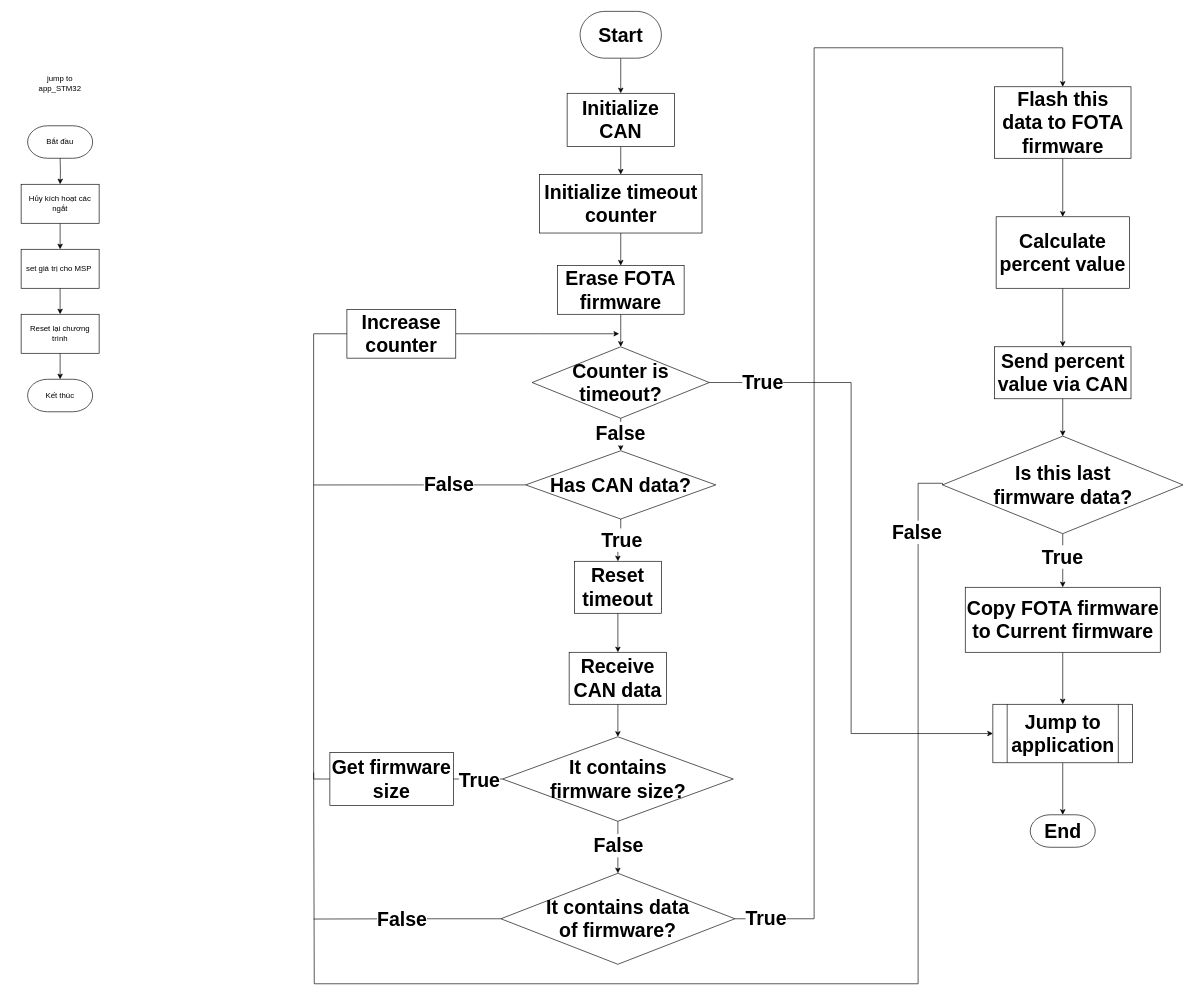
Earlier version of the draw.io diagram page "STM32" (1 of 7) of STM32_01.drawio (thanhtung386/web_iot_interface). Source tidied: cells renumbered, new cells numbered last; positions are measured from the earlier drawing's top-left corner, leaving out a move shared by most shapes. Both pictures are drawn from the tidied source at 65%, with x=0, y=0 at pixel (21, 11).
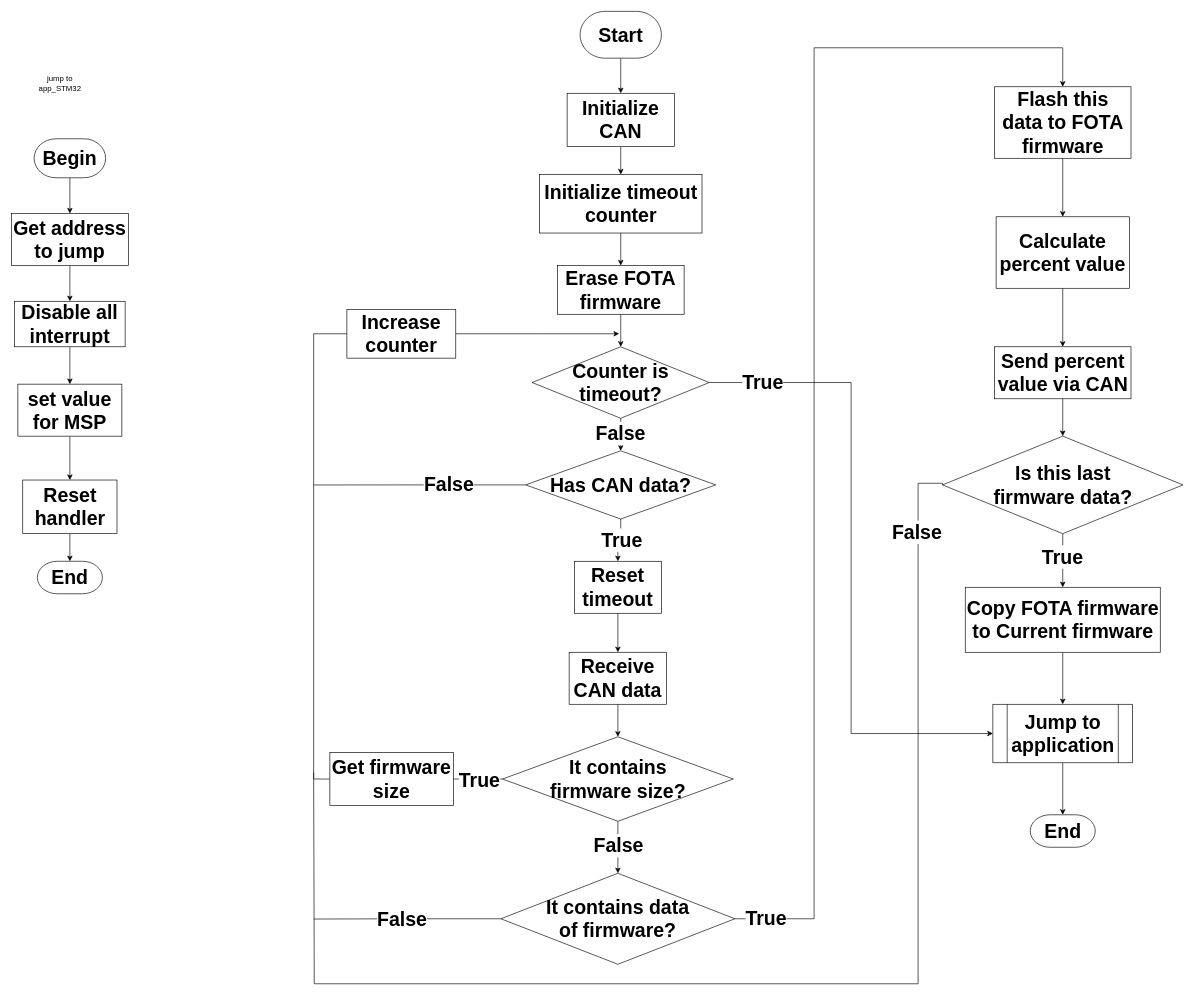
The same diagram, later.

What changed in the source:
```diff
@@
+    <mxCell id="64" style="edgeStyle=orthogonalEdgeStyle;rounded=0;jettySize=auto;html=1;" parent="1" edge="1" source="2" target="6">
+      <mxGeometry relative="1" as="geometry" />
+    </mxCell>
-    <mxCell id="2" value="Bắt đầu" style="whiteSpace=wrap;html=1;strokeWidth=1;shape=mxgraph.flowchart.terminator;" parent="1" vertex="1">
-      <mxGeometry x="10" y="176" width="100" height="50" as="geometry" />
+    <mxCell id="2" value="Begin" style="whiteSpace=wrap;html=1;strokeWidth=1;shape=mxgraph.flowchart.terminator;fontStyle=1;fontSize=30;" parent="1" vertex="1">
+      <mxGeometry x="20" y="196" width="110" height="60" as="geometry" />
     </mxCell>
@@
-    <mxCell id="4" style="edgeStyle=orthogonalEdgeStyle;rounded=0;jettySize=auto;html=1;" parent="1" edge="1" target="6">
-      <mxGeometry relative="1" as="geometry">
-        <mxPoint x="60" y="226" as="sourcePoint" />
-      </mxGeometry>
-    </mxCell>
@@
-    <mxCell id="6" value="Hủy kích hoạt các ngắt" style="whiteSpace=wrap;html=1;" parent="1" vertex="1">
-      <mxGeometry y="266" width="120" height="60" as="geometry" />
+    <mxCell id="6" value="Get address to jump" style="whiteSpace=wrap;html=1;fontStyle=1;fontSize=30;" parent="1" vertex="1">
+      <mxGeometry x="-15" y="311" width="180" height="80" as="geometry" />
     </mxCell>
@@
-    <mxCell id="8" value="set giá trị cho MSP&lt;span style=&quot;background-color: initial;&quot;&gt;&amp;nbsp;&lt;/span&gt;" style="whiteSpace=wrap;html=1;" parent="1" vertex="1">
-      <mxGeometry y="366" width="120" height="60" as="geometry" />
+    <mxCell id="8" value="Disable all interrupt" style="whiteSpace=wrap;html=1;fontStyle=1;fontSize=30;" parent="1" vertex="1">
+      <mxGeometry x="-10" y="446" width="170" height="70" as="geometry" />
     </mxCell>
-    <mxCell id="9" style="edgeStyle=orthogonalEdgeStyle;rounded=0;jettySize=auto;html=1;" parent="1" edge="1" source="10" target="11">
-      <mxGeometry relative="1" as="geometry" />
-    </mxCell>
+    <mxCell id="65" style="edgeStyle=orthogonalEdgeStyle;rounded=0;jettySize=auto;html=1;" parent="1" edge="1" source="10" target="67">
+      <mxGeometry relative="1" as="geometry" />
+    </mxCell>
-    <mxCell id="10" value="Reset lại chương trình" style="whiteSpace=wrap;html=1;" parent="1" vertex="1">
-      <mxGeometry y="466" width="120" height="60" as="geometry" />
+    <mxCell id="10" value="set value for MSP" style="whiteSpace=wrap;html=1;fontStyle=1;fontSize=30;" parent="1" vertex="1">
+      <mxGeometry x="-5" y="573.5" width="160" height="80" as="geometry" />
     </mxCell>
-    <mxCell id="11" value="Kết thúc" style="whiteSpace=wrap;html=1;strokeWidth=1;shape=mxgraph.flowchart.terminator;" parent="1" vertex="1">
-      <mxGeometry x="10" y="566" width="100" height="50" as="geometry" />
+    <mxCell id="11" value="End" style="whiteSpace=wrap;html=1;strokeWidth=1;shape=mxgraph.flowchart.terminator;fontStyle=1;fontSize=30;" parent="1" vertex="1">
+      <mxGeometry x="25" y="846" width="100" height="50" as="geometry" />
     </mxCell>
@@
+    <mxCell id="66" style="edgeStyle=orthogonalEdgeStyle;rounded=0;jettySize=auto;html=1;" parent="1" edge="1" source="67" target="11">
+      <mxGeometry relative="1" as="geometry" />
+    </mxCell>
+    <mxCell id="67" value="Reset handler" style="whiteSpace=wrap;html=1;fontStyle=1;fontSize=30;" parent="1" vertex="1">
+      <mxGeometry x="2.5" y="721" width="145" height="82.5" as="geometry" />
+    </mxCell>
```
